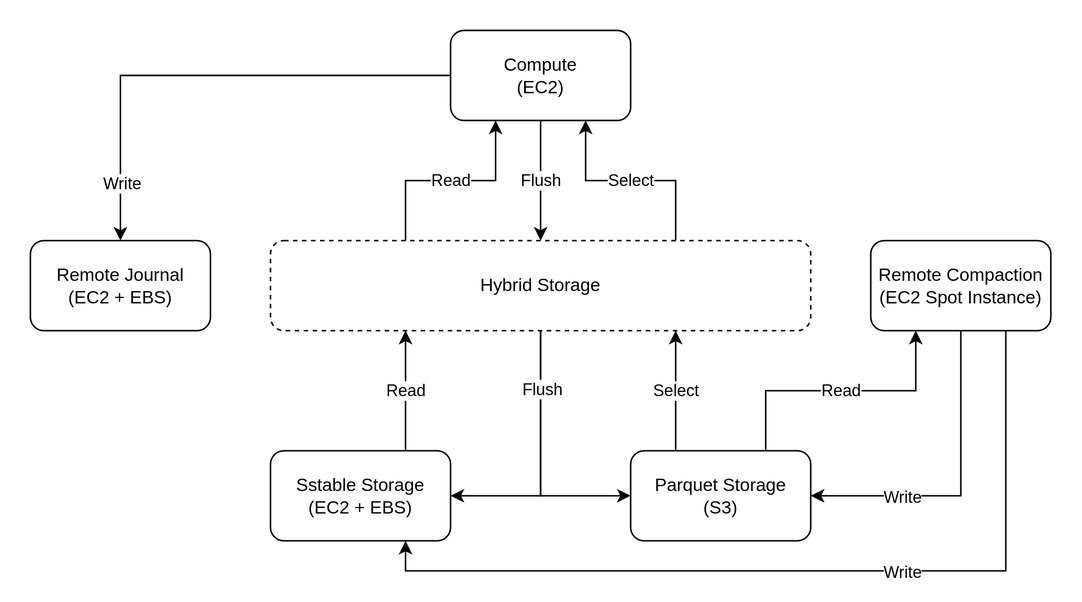
The draw.io diagram docs/images/demo-1-cloud-native-architecture.drawio.svg in engula/engula.github.io, before a commit. Source tidied: cells renumbered, new cells last; positions are measured from the earlier drawing's top-left corner, leaving out a move shared by most shapes.
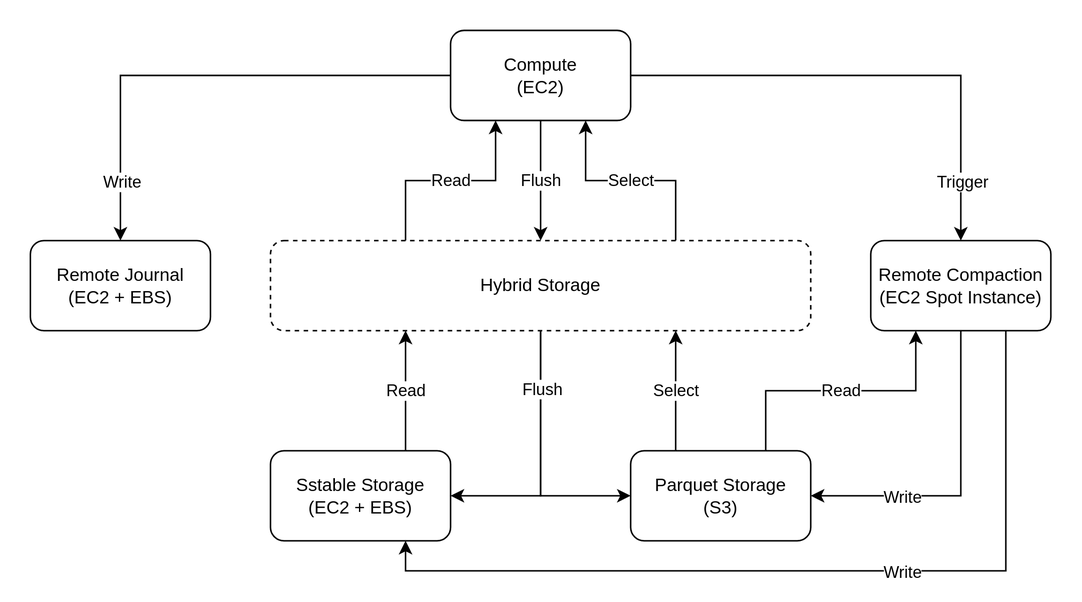
Later version of the same file.

Commit message:
Update the website url

Diff of the diagram source:
```diff
@@ -10,12 +10,20 @@
     </mxCell>
     <mxCell id="4" value="Write" style="edgeLabel;html=1;align=center;verticalAlign=middle;" parent="3" vertex="1">
       <mxGeometry x="0.74" y="-2" relative="1" as="geometry">
-        <mxPoint x="2" y="5" as="offset" />
+        <mxPoint x="2" y="4" as="offset" />
       </mxGeometry>
     </mxCell>
     <mxCell id="5" value="Flush" style="edgeStyle=none;rounded=0;jettySize=auto;html=1;exitX=0.5;exitY=1;exitDx=0;exitDy=0;entryX=0.5;entryY=0;entryDx=0;entryDy=0;" parent="1" edge="1" source="6" target="13">
       <mxGeometry relative="1" as="geometry" />
     </mxCell>
+    <mxCell id="24" style="edgeStyle=orthogonalEdgeStyle;rounded=0;jettySize=auto;html=1;exitX=1;exitY=0.5;exitDx=0;exitDy=0;entryX=0.5;entryY=0;entryDx=0;entryDy=0;" parent="1" edge="1" source="6" target="18">
+      <mxGeometry relative="1" as="geometry" />
+    </mxCell>
+    <mxCell id="25" value="Trigger" style="edgeLabel;html=1;align=center;verticalAlign=middle;" parent="24" vertex="1">
+      <mxGeometry x="0.78" y="1" relative="1" as="geometry">
+        <mxPoint x="-1" y="-3" as="offset" />
+      </mxGeometry>
+    </mxCell>
     <mxCell id="6" value="Compute&lt;br&gt;(EC2)" style="rounded=1;whiteSpace=wrap;html=1;" parent="1" vertex="1">
       <mxGeometry x="300" y="20" width="120" height="60" as="geometry" />
     </mxCell>
```
